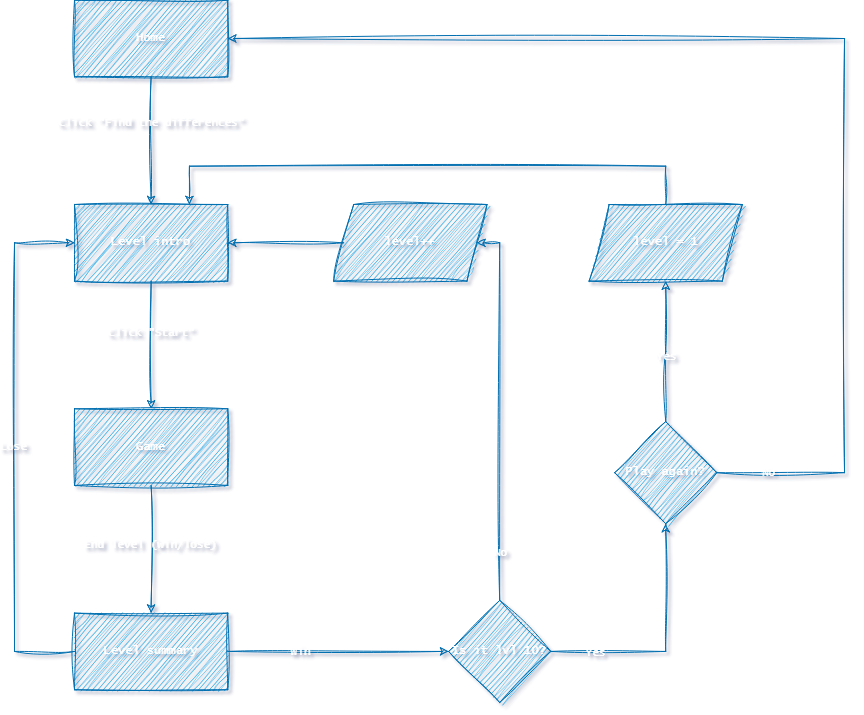
Earlier version of the draw.io export flowchart.png (vasilyoshev/ai-assistant). Source tidied: cells renumbered, new cells last; positions are measured from the earlier drawing's top-left corner, leaving out a move shared by most shapes.
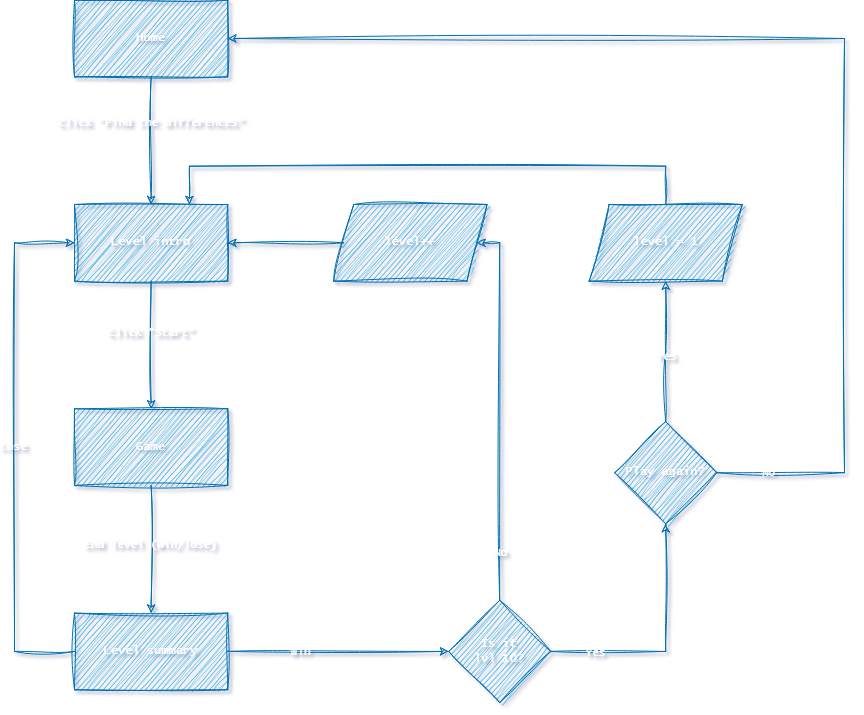
Later version of the same file.

Change to the diagram source:
```diff
@@ -75,7 +75,7 @@
         <mxPoint x="-71" y="4" as="offset" />
       </mxGeometry>
     </mxCell>
-    <mxCell id="20" value="Is it lvl 10?" style="rhombus;whiteSpace=wrap;html=1;labelBackgroundColor=none;rounded=0;strokeWidth=1;sketch=1;curveFitting=1;jiggle=2;fillColor=#1ba1e2;fontColor=#ffffff;strokeColor=#006EAF;fontFamily=Lucida Console;" parent="1" vertex="1">
+    <mxCell id="20" value="Is it&lt;div&gt;lvl 10?&lt;/div&gt;" style="rhombus;whiteSpace=wrap;html=1;labelBackgroundColor=none;rounded=0;strokeWidth=1;sketch=1;curveFitting=1;jiggle=2;fillColor=#1ba1e2;fontColor=#ffffff;strokeColor=#006EAF;fontFamily=Lucida Console;" parent="1" vertex="1">
       <mxGeometry x="434.2" y="599.8" width="102.2" height="102.2" as="geometry" />
     </mxCell>
     <mxCell id="21" style="edgeStyle=orthogonalEdgeStyle;rounded=0;jettySize=auto;html=1;labelBackgroundColor=none;fontColor=default;strokeColor=#006EAF;sketch=1;curveFitting=1;jiggle=2;strokeWidth=1;fillColor=#1ba1e2;fontFamily=Architects Daughter;" parent="1" edge="1" source="22" target="7">
```
